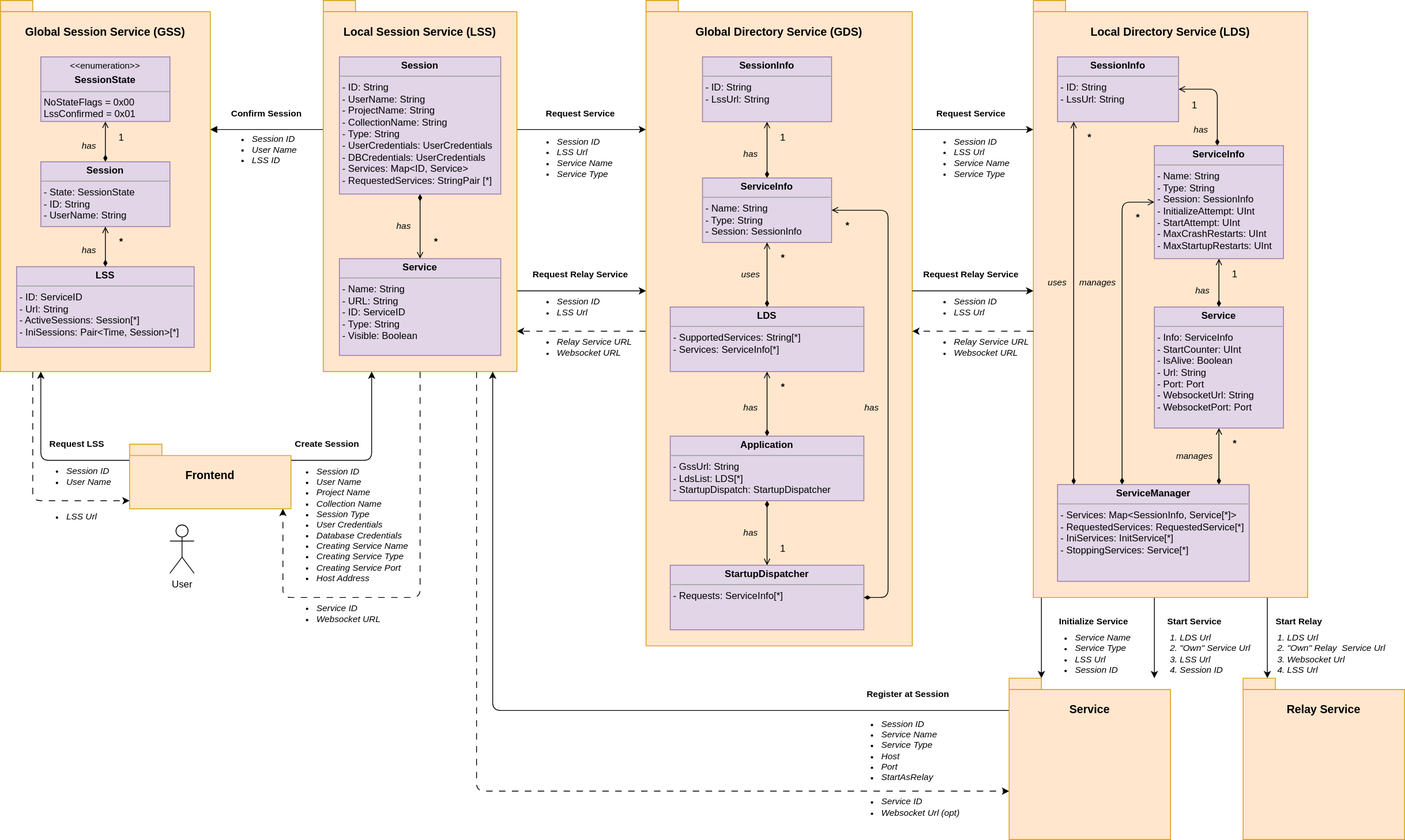
The draw.io diagram Documentation/Developer/general_concepts/images/service_information_overview.svg in OT-OpenTwin/OpenTwin, before a commit. Source tidied: cells renumbered, new cells last; positions are measured from the earlier drawing's top-left corner, leaving out a move shared by most shapes.
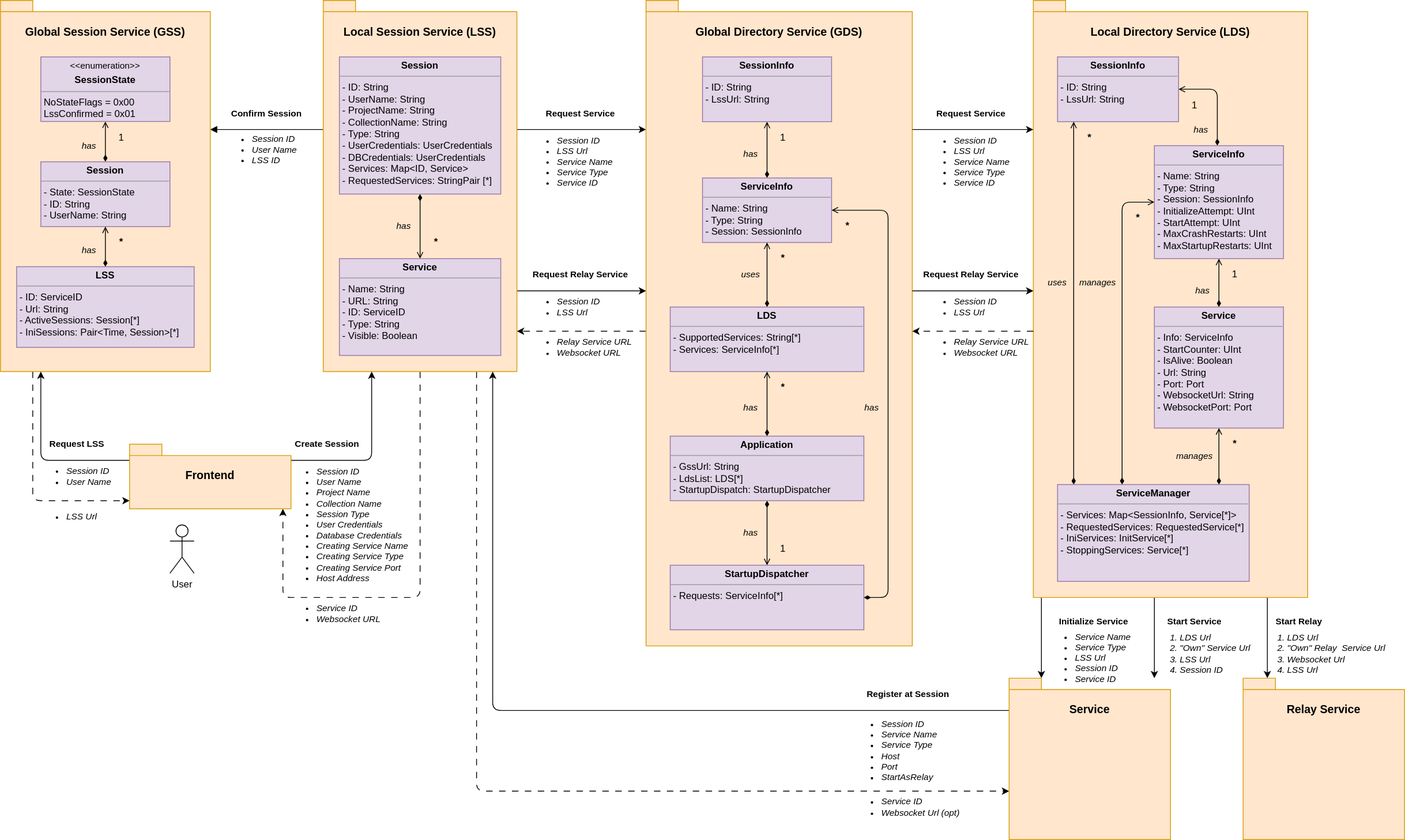
After the commit.

Change to the diagram source:
```diff
@@ -319,8 +319,8 @@
     <mxCell id="78" value="Request Service" style="text;html=1;align=center;verticalAlign=middle;whiteSpace=wrap;rounded=0;fontStyle=1;fontSize=11;" parent="1" vertex="1">
       <mxGeometry x="673.8" y="120" width="90" height="40" as="geometry" />
     </mxCell>
-    <mxCell id="79" value="&lt;ul&gt;&lt;li&gt;Session ID&lt;/li&gt;&lt;li style=&quot;&quot;&gt;LSS Url&lt;/li&gt;&lt;li style=&quot;&quot;&gt;Service Name&lt;/li&gt;&lt;li style=&quot;&quot;&gt;Service Type&lt;/li&gt;&lt;/ul&gt;" style="text;html=1;align=left;verticalAlign=middle;whiteSpace=wrap;rounded=0;fontStyle=2;fontSize=11;" parent="1" vertex="1">
-      <mxGeometry x="647.5" y="160" width="115" height="70" as="geometry" />
+    <mxCell id="79" value="&lt;ul&gt;&lt;li&gt;Session ID&lt;/li&gt;&lt;li style=&quot;&quot;&gt;LSS Url&lt;/li&gt;&lt;li style=&quot;&quot;&gt;Service Name&lt;/li&gt;&lt;li style=&quot;&quot;&gt;Service Type&lt;/li&gt;&lt;li style=&quot;&quot;&gt;Service ID&lt;/li&gt;&lt;/ul&gt;" style="text;html=1;align=left;verticalAlign=middle;whiteSpace=wrap;rounded=0;fontStyle=2;fontSize=11;" parent="1" vertex="1">
+      <mxGeometry x="647.5" y="160" width="115" height="80" as="geometry" />
     </mxCell>
     <mxCell id="80" value="Request Relay Service" style="text;html=1;align=center;verticalAlign=middle;whiteSpace=wrap;rounded=0;fontStyle=1;fontSize=11;" parent="1" vertex="1">
       <mxGeometry x="656" y="320" width="125.5" height="40" as="geometry" />
@@ -374,8 +374,8 @@
     <mxCell id="90" value="Request Service" style="text;html=1;align=center;verticalAlign=middle;whiteSpace=wrap;rounded=0;fontStyle=1;fontSize=11;" parent="1" vertex="1">
       <mxGeometry x="1157.8" y="120" width="90" height="40" as="geometry" />
     </mxCell>
-    <mxCell id="91" value="&lt;ul&gt;&lt;li&gt;Session ID&lt;/li&gt;&lt;li style=&quot;&quot;&gt;LSS Url&lt;/li&gt;&lt;li style=&quot;&quot;&gt;Service Name&lt;/li&gt;&lt;li style=&quot;&quot;&gt;Service Type&lt;/li&gt;&lt;/ul&gt;" style="text;html=1;align=left;verticalAlign=middle;whiteSpace=wrap;rounded=0;fontStyle=2;fontSize=11;" parent="1" vertex="1">
-      <mxGeometry x="1140" y="160" width="115" height="70" as="geometry" />
+    <mxCell id="91" value="&lt;ul&gt;&lt;li&gt;Session ID&lt;/li&gt;&lt;li style=&quot;&quot;&gt;LSS Url&lt;/li&gt;&lt;li style=&quot;&quot;&gt;Service Name&lt;/li&gt;&lt;li style=&quot;&quot;&gt;Service Type&lt;/li&gt;&lt;li style=&quot;&quot;&gt;Service ID&lt;/li&gt;&lt;/ul&gt;" style="text;html=1;align=left;verticalAlign=middle;whiteSpace=wrap;rounded=0;fontStyle=2;fontSize=11;" parent="1" vertex="1">
+      <mxGeometry x="1140" y="160" width="115" height="80" as="geometry" />
     </mxCell>
     <mxCell id="92" value="Request Relay Service" style="text;html=1;align=center;verticalAlign=middle;whiteSpace=wrap;rounded=0;fontStyle=1;fontSize=11;" parent="1" vertex="1">
       <mxGeometry x="1140" y="320" width="125.5" height="40" as="geometry" />
@@ -407,8 +407,8 @@
     <mxCell id="101" value="Initialize Service" style="text;html=1;align=center;verticalAlign=middle;whiteSpace=wrap;rounded=0;fontStyle=1;fontSize=11;" parent="1" vertex="1">
       <mxGeometry x="1290" y="750" width="130" height="40" as="geometry" />
     </mxCell>
-    <mxCell id="102" value="&lt;ul&gt;&lt;li&gt;Service Name&lt;/li&gt;&lt;li&gt;Service Type&lt;/li&gt;&lt;li&gt;LSS Url&lt;/li&gt;&lt;li&gt;Session ID&lt;/li&gt;&lt;/ul&gt;" style="text;html=1;align=left;verticalAlign=middle;whiteSpace=wrap;rounded=0;fontStyle=2;fontSize=11;" parent="1" vertex="1">
-      <mxGeometry x="1290" y="790" width="115" height="40" as="geometry" />
+    <mxCell id="102" value="&lt;ul&gt;&lt;li&gt;Service Name&lt;/li&gt;&lt;li&gt;Service Type&lt;/li&gt;&lt;li&gt;LSS Url&lt;/li&gt;&lt;li&gt;Session ID&lt;/li&gt;&lt;li&gt;Service ID&lt;/li&gt;&lt;/ul&gt;" style="text;html=1;align=left;verticalAlign=middle;whiteSpace=wrap;rounded=0;fontStyle=2;fontSize=11;" parent="1" vertex="1">
+      <mxGeometry x="1290" y="780" width="115" height="70" as="geometry" />
     </mxCell>
     <mxCell id="103" value="Register at Session" style="text;html=1;align=center;verticalAlign=middle;whiteSpace=wrap;rounded=0;fontStyle=1;fontSize=11;" parent="1" vertex="1">
       <mxGeometry x="1060" y="840" width="130" height="40" as="geometry" />
```
